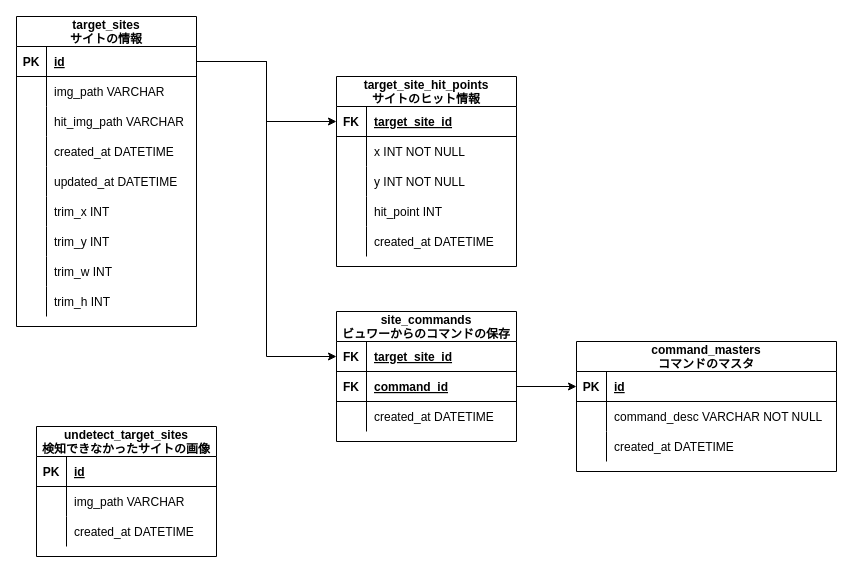
Before: page "ap2n-db struct" (2 of 2) of ap2n-flow.drawio in GTech9971/ApocalypseNow, a draw.io diagram. Source tidied: cells renumbered, new cells numbered last; positions are measured from the earlier drawing's top-left corner, leaving out a move shared by most shapes. Both pictures are drawn from the tidied source at 100%, with x=0, y=0 at pixel (16, 16).
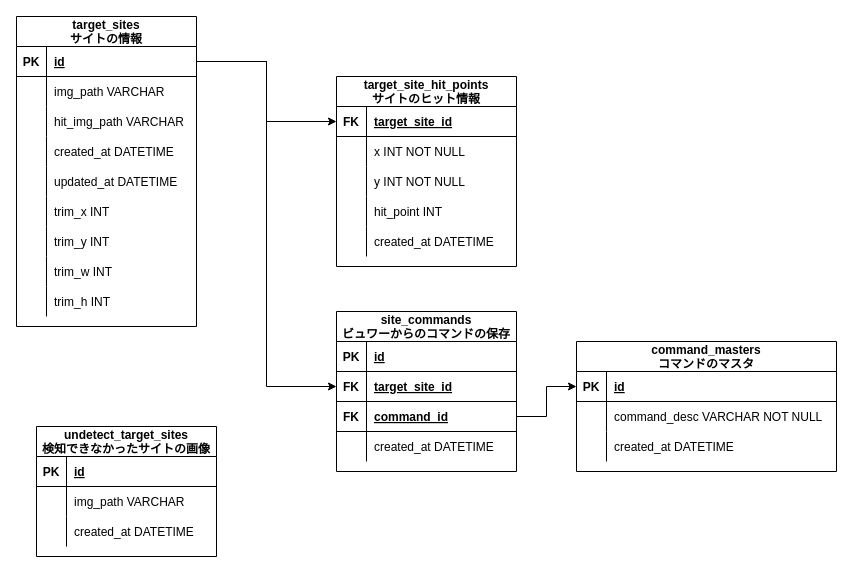
The same diagram, later.

Diff of the diagram source:
```diff
@@
     <mxCell id="57" value="site_commands&#10;ビュワーからのコマンドの保存" style="shape=table;startSize=30;childLayout=tableLayout;rowLines=0;fontStyle=1;align=center;" parent="1" vertex="1">
-      <mxGeometry x="320" y="295" width="180" height="130" as="geometry" />
+      <mxGeometry x="320" y="295" width="180" height="160" as="geometry" />
     </mxCell>
+    <mxCell id="79" style="shape=tableRow;horizontal=0;startSize=0;swimlaneHead=0;swimlaneBody=0;fillColor=none;top=0;left=0;right=0;bottom=1;" parent="57" vertex="1">
+      <mxGeometry y="30" width="180" height="30" as="geometry" />
+    </mxCell>
+    <mxCell id="80" value="PK" style="shape=partialRectangle;fillColor=none;top=0;left=0;bottom=0;right=0;fontStyle=1;overflow=hidden;" parent="79" vertex="1">
+      <mxGeometry width="30" height="30" as="geometry" />
+    </mxCell>
+    <mxCell id="81" value="id" style="shape=partialRectangle;fillColor=none;top=0;left=0;bottom=0;right=0;align=left;spacingLeft=6;fontStyle=5;overflow=hidden;" parent="79" vertex="1">
+      <mxGeometry x="30" width="150" height="30" as="geometry" />
+    </mxCell>
     <mxCell id="58" style="shape=tableRow;horizontal=0;startSize=0;swimlaneHead=0;swimlaneBody=0;fillColor=none;points=[[0,0.5],[1,0.5]];portConstraint=eastwest;top=0;left=0;right=0;bottom=1;" parent="57" vertex="1">
-      <mxGeometry y="30" width="180" height="30" as="geometry" />
+      <mxGeometry y="60" width="180" height="30" as="geometry" />
     </mxCell>
@@
     <mxCell id="61" style="shape=tableRow;horizontal=0;startSize=0;swimlaneHead=0;swimlaneBody=0;fillColor=none;points=[[0,0.5],[1,0.5]];portConstraint=eastwest;top=0;left=0;right=0;bottom=0;" parent="57" vertex="1">
-      <mxGeometry y="60" width="180" height="30" as="geometry" />
+      <mxGeometry y="90" width="180" height="30" as="geometry" />
     </mxCell>
@@
     <mxCell id="64" style="shape=tableRow;horizontal=0;startSize=0;swimlaneHead=0;swimlaneBody=0;fillColor=none;top=0;left=0;right=0;bottom=0;" parent="57" vertex="1">
-      <mxGeometry y="90" width="180" height="30" as="geometry" />
+      <mxGeometry y="120" width="180" height="30" as="geometry" />
     </mxCell>
```
